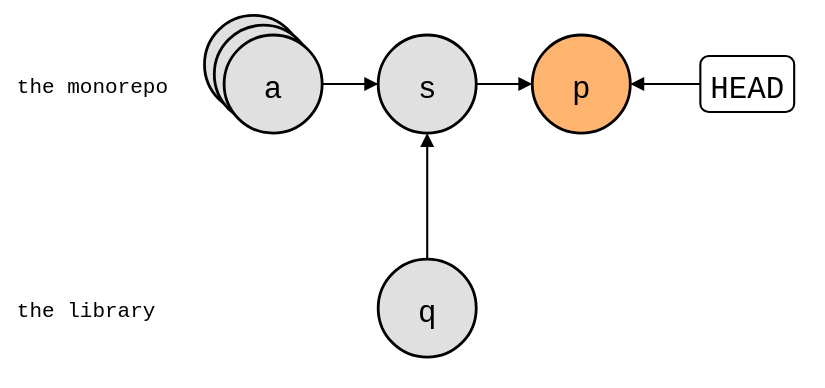
Above: test/comparisons/git-subtree-squash-merged.drawio.svg in roschaefer/git-splice (draw.io), before the change. Source tidied: cells renumbered, new cells last; positions are measured from the earlier drawing's top-left corner, leaving out a move shared by most shapes.
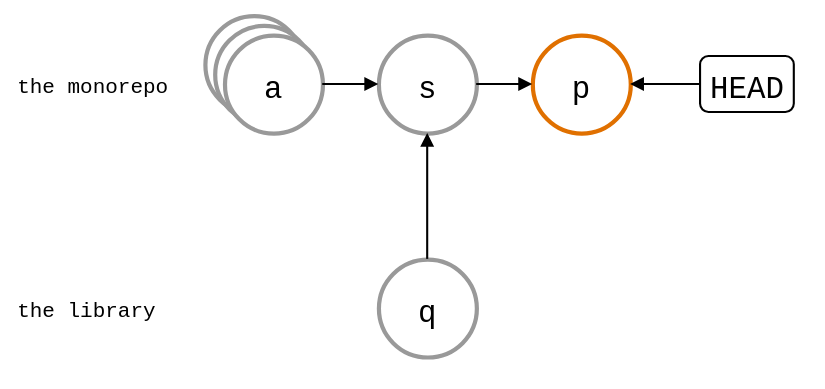
The same diagram one commit later.

Diff of the diagram source:
```diff
@@ -8,22 +8,22 @@
     <mxCell id="3" value="the library" style="text;strokeColor=none;fillColor=none;align=left;verticalAlign=middle;fontSize=15;fontFamily=Roboto Mono,monospace;" parent="1" vertex="1">
       <mxGeometry y="194" width="130" height="30" as="geometry" />
     </mxCell>
-    <mxCell id="4" style="shape=ellipse;strokeWidth=2;fontSize=22;fontFamily=Roboto Mono,monospace;fillColor=#E0E0E0;" parent="1" vertex="1">
+    <mxCell id="4" style="shape=ellipse;fontSize=22;fontFamily=Roboto Mono,monospace;strokeColor=#999999;strokeWidth=3;" parent="1" vertex="1">
       <mxGeometry x="136" width="70" height="70" as="geometry" />
     </mxCell>
-    <mxCell id="5" style="shape=ellipse;strokeWidth=2;fontSize=22;fontFamily=Roboto Mono,monospace;fillColor=#E0E0E0;" parent="1" vertex="1">
+    <mxCell id="5" style="shape=ellipse;fontSize=22;fontFamily=Roboto Mono,monospace;strokeColor=#999999;strokeWidth=3;" parent="1" vertex="1">
       <mxGeometry x="143" y="7" width="70" height="70" as="geometry" />
     </mxCell>
-    <mxCell id="6" value="a" style="ellipse;strokeWidth=2;fontSize=22;fontFamily=Roboto Mono,monospace;fillColor=#E0E0E0;" parent="1" vertex="1">
+    <mxCell id="6" value="a" style="ellipse;fontSize=22;fontFamily=Roboto Mono,monospace;strokeColor=#999999;strokeWidth=3;" parent="1" vertex="1">
       <mxGeometry x="150" y="14" width="70" height="70" as="geometry" />
     </mxCell>
-    <mxCell id="7" value="s" style="ellipse;strokeWidth=2;fontSize=22;fontFamily=Roboto Mono,monospace;fillColor=#E0E0E0;" parent="1" vertex="1">
+    <mxCell id="7" value="s" style="ellipse;fontSize=22;fontFamily=Roboto Mono,monospace;strokeColor=#999999;strokeWidth=3;" parent="1" vertex="1">
       <mxGeometry x="260" y="14" width="70" height="70" as="geometry" />
     </mxCell>
-    <mxCell id="8" value="p" style="ellipse;strokeWidth=2;fontSize=22;fontFamily=Roboto Mono,monospace;fillColor=#FFB570;" parent="1" vertex="1">
+    <mxCell id="8" value="p" style="ellipse;fontSize=22;fontFamily=Roboto Mono,monospace;strokeColor=#E07000;strokeWidth=3;" parent="1" vertex="1">
       <mxGeometry x="370" y="14" width="70" height="70" as="geometry" />
     </mxCell>
-    <mxCell id="9" value="q" style="ellipse;strokeWidth=2;fontSize=22;fontFamily=Roboto Mono,monospace;fillColor=#E0E0E0;" parent="1" vertex="1">
+    <mxCell id="9" value="q" style="ellipse;fontSize=22;fontFamily=Roboto Mono,monospace;strokeColor=#999999;strokeWidth=3;" parent="1" vertex="1">
       <mxGeometry x="260" y="174" width="70" height="70" as="geometry" />
     </mxCell>
     <mxCell id="10" value="HEAD" style="rounded=1;strokeWidth=1.5;fontSize=22;fontFamily=Roboto Mono,monospace;" parent="1" vertex="1">
```
